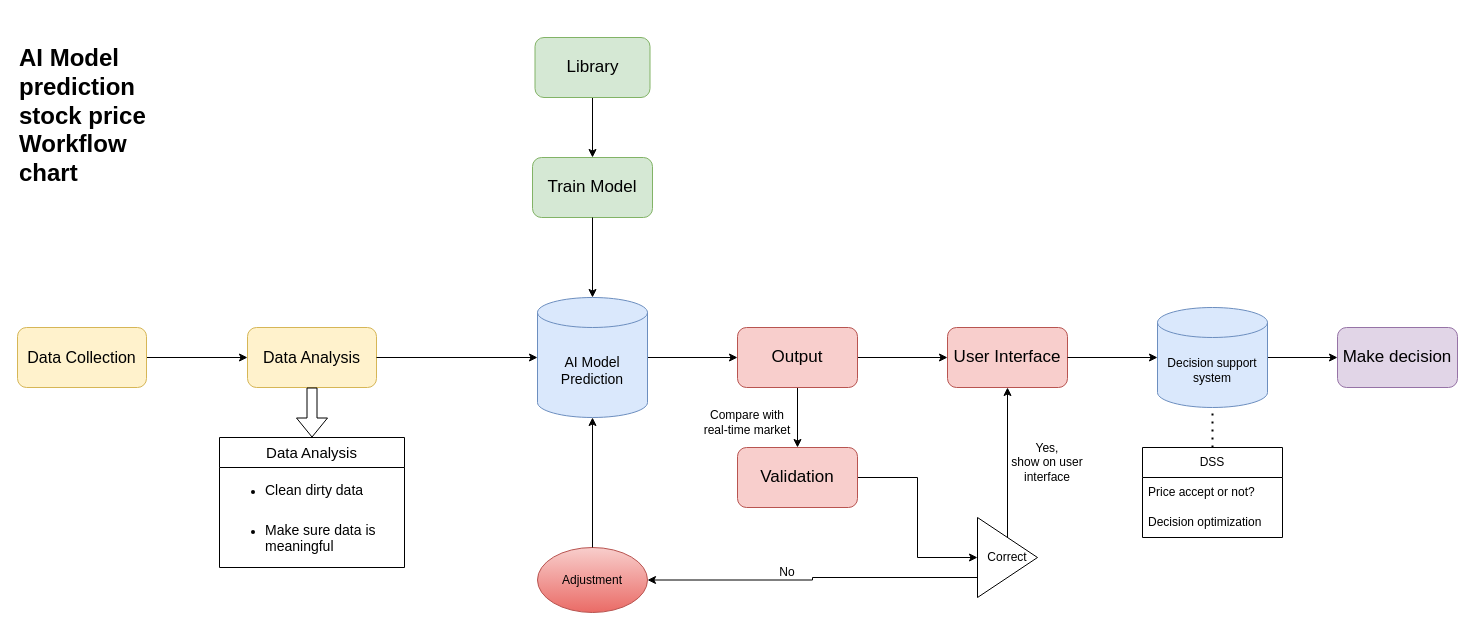
Earlier version of the draw.io diagram 未命名绘图.drawio (aaaaaron722/drawIO). Source tidied: cells renumbered, new cells numbered last; positions are measured from the earlier drawing's top-left corner, leaving out a move shared by most shapes. Both pictures are drawn from the tidied source at 100%, with x=0, y=0 at pixel (17, 37).
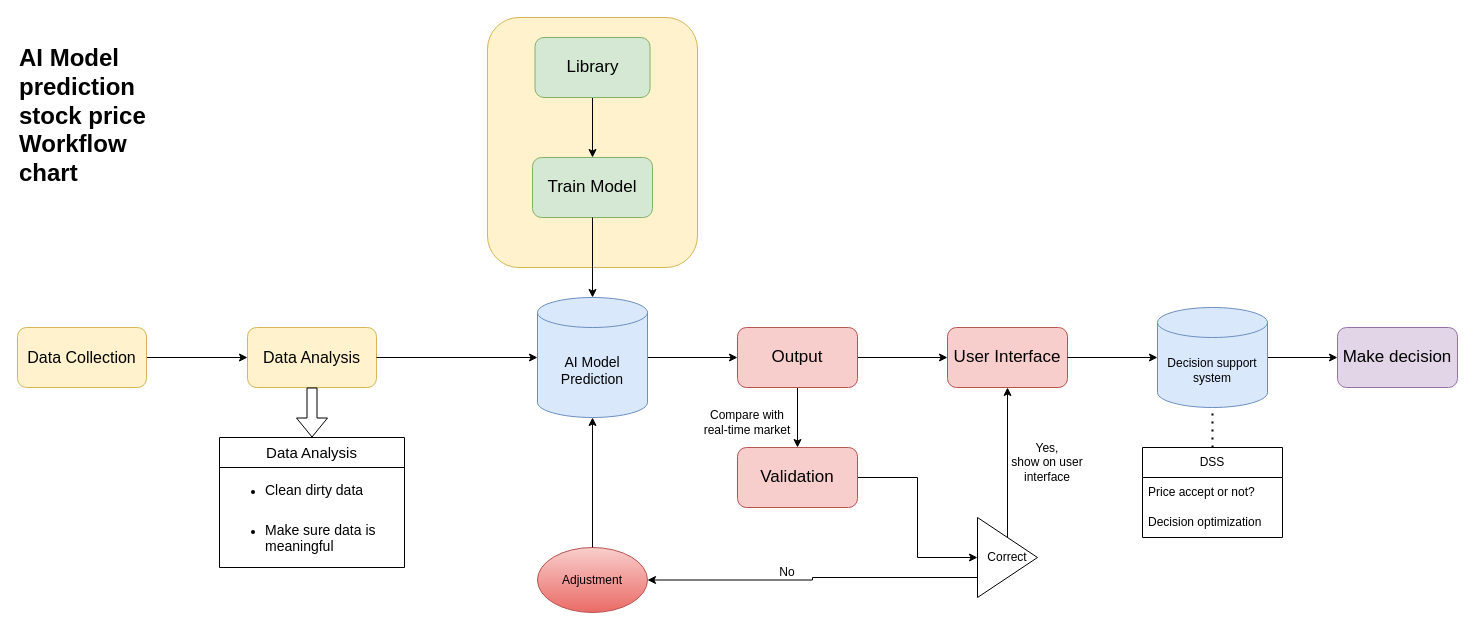
The same diagram, later.

Change to the diagram source:
```diff
@@
+    <mxCell id="39" style="rounded=1;whiteSpace=wrap;html=1;fillColor=#fff2cc;strokeColor=#d6b656;" parent="1" vertex="1">
+      <mxGeometry x="470" y="-20" width="210" height="250" as="geometry" />
+    </mxCell>
```
